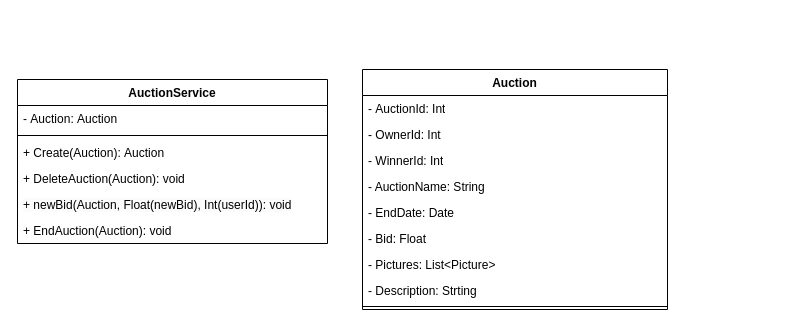
The draw.io diagram doc/class-diagrams/auction-service.drawio in lucariebel/online-shop, before the edit. Source tidied: cells renumbered, new cells numbered last; positions are measured from the earlier drawing's top-left corner, leaving out a move shared by most shapes. Both pictures are drawn from the tidied source at 100%, with x=0, y=0 at pixel (17, 69).
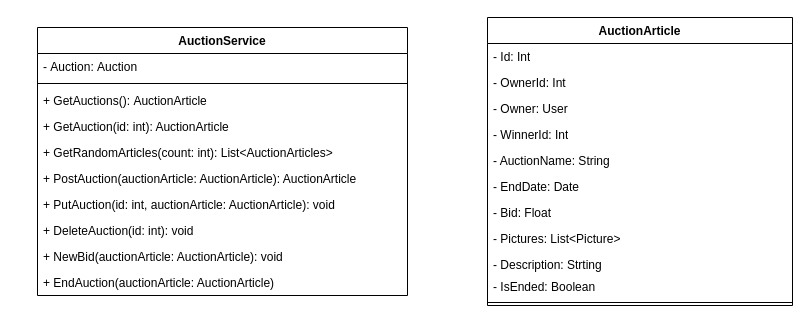
The same page after the edit.

The edit, as a diff of the source:
```diff
@@
-    <mxCell id="2" value="Auction" style="swimlane;fontStyle=1;align=center;verticalAlign=top;horizontal=1;startSize=26;whiteSpace=wrap;html=1;" parent="1" vertex="1">
-      <mxGeometry x="345" width="305" height="240" as="geometry" />
+    <mxCell id="2" value="AuctionArticle" style="swimlane;fontStyle=1;align=center;verticalAlign=top;horizontal=1;startSize=26;whiteSpace=wrap;html=1;" parent="1" vertex="1">
+      <mxGeometry x="470" y="-52" width="305" height="288" as="geometry" />
     </mxCell>
-    <mxCell id="3" value="-&amp;nbsp;&lt;span style=&quot;text-align: center;&quot;&gt;Auction&lt;/span&gt;Id: Int" style="text;strokeColor=none;fillColor=none;align=left;verticalAlign=top;spacingLeft=4;spacingRight=4;overflow=hidden;whiteSpace=wrap;html=1;" parent="2" vertex="1">
+    <mxCell id="3" value="- Id: Int" style="text;strokeColor=none;fillColor=none;align=left;verticalAlign=top;spacingLeft=4;spacingRight=4;overflow=hidden;whiteSpace=wrap;html=1;" parent="2" vertex="1">
       <mxGeometry y="26" width="305" height="26" as="geometry" />
     </mxCell>
@@
+    <mxCell id="19" value="- Owner: User" style="text;strokeColor=none;fillColor=none;align=left;verticalAlign=top;spacingLeft=4;spacingRight=4;overflow=hidden;whiteSpace=wrap;html=1;" parent="2" vertex="1">
+      <mxGeometry y="78" width="305" height="26" as="geometry" />
+    </mxCell>
     <mxCell id="5" value="&lt;div style=&quot;text-align: center;&quot;&gt;&lt;span style=&quot;background-color: initial;&quot;&gt;- WinnerId&lt;/span&gt;&lt;span style=&quot;background-color: initial;&quot;&gt;: Int&lt;/span&gt;&lt;/div&gt;" style="text;strokeColor=none;fillColor=none;align=left;verticalAlign=top;spacingLeft=4;spacingRight=4;overflow=hidden;whiteSpace=wrap;html=1;" parent="2" vertex="1">
-      <mxGeometry y="78" width="305" height="26" as="geometry" />
+      <mxGeometry y="104" width="305" height="26" as="geometry" />
     </mxCell>
     <mxCell id="6" value="- AuctionName: String" style="text;strokeColor=none;fillColor=none;align=left;verticalAlign=top;spacingLeft=4;spacingRight=4;overflow=hidden;whiteSpace=wrap;html=1;" parent="2" vertex="1">
-      <mxGeometry y="104" width="305" height="26" as="geometry" />
+      <mxGeometry y="130" width="305" height="26" as="geometry" />
     </mxCell>
     <mxCell id="7" value="- EndDate: Date" style="text;strokeColor=none;fillColor=none;align=left;verticalAlign=top;spacingLeft=4;spacingRight=4;overflow=hidden;whiteSpace=wrap;html=1;" parent="2" vertex="1">
-      <mxGeometry y="130" width="305" height="26" as="geometry" />
+      <mxGeometry y="156" width="305" height="26" as="geometry" />
     </mxCell>
     <mxCell id="8" value="- Bid: Float" style="text;strokeColor=none;fillColor=none;align=left;verticalAlign=top;spacingLeft=4;spacingRight=4;overflow=hidden;whiteSpace=wrap;html=1;" parent="2" vertex="1">
-      <mxGeometry y="156" width="305" height="26" as="geometry" />
+      <mxGeometry y="182" width="305" height="26" as="geometry" />
     </mxCell>
     <mxCell id="9" value="- Pictures: List&amp;lt;Picture&amp;gt;" style="text;strokeColor=none;fillColor=none;align=left;verticalAlign=top;spacingLeft=4;spacingRight=4;overflow=hidden;whiteSpace=wrap;html=1;" parent="2" vertex="1">
-      <mxGeometry y="182" width="305" height="26" as="geometry" />
+      <mxGeometry y="208" width="305" height="26" as="geometry" />
     </mxCell>
     <mxCell id="10" value="- Description: Strting" style="text;strokeColor=none;fillColor=none;align=left;verticalAlign=top;spacingLeft=4;spacingRight=4;overflow=hidden;whiteSpace=wrap;html=1;" parent="2" vertex="1">
-      <mxGeometry y="208" width="305" height="26" as="geometry" />
+      <mxGeometry y="234" width="305" height="22" as="geometry" />
     </mxCell>
+    <mxCell id="20" value="- IsEnded: Boolean" style="text;strokeColor=none;fillColor=none;align=left;verticalAlign=top;spacingLeft=4;spacingRight=4;overflow=hidden;whiteSpace=wrap;html=1;" parent="2" vertex="1">
+      <mxGeometry y="256" width="305" height="26" as="geometry" />
+    </mxCell>
     <mxCell id="11" style="line;strokeWidth=1;fillColor=none;align=left;verticalAlign=middle;spacingTop=-1;spacingLeft=3;spacingRight=3;labelPosition=right;strokeColor=inherit;" parent="2" vertex="1">
-      <mxGeometry y="234" width="305" height="6" as="geometry" />
+      <mxGeometry y="282" width="305" height="6" as="geometry" />
     </mxCell>
     <mxCell id="12" value="&lt;span style=&quot;white-space: nowrap;&quot;&gt;AuctionService&lt;/span&gt;" style="swimlane;fontStyle=1;align=center;verticalAlign=top;horizontal=1;startSize=26;whiteSpace=wrap;html=1;" parent="1" vertex="1">
-      <mxGeometry y="10" width="310" height="164" as="geometry" />
+      <mxGeometry x="20" y="-42" width="370" height="268" as="geometry" />
     </mxCell>
     <mxCell id="13" value="&lt;span style=&quot;white-space: nowrap;&quot;&gt;-&amp;nbsp;&lt;/span&gt;&lt;span style=&quot;text-align: center;&quot;&gt;Auction&lt;/span&gt;&lt;span style=&quot;white-space: nowrap;&quot;&gt;:&amp;nbsp;&lt;/span&gt;&lt;span style=&quot;text-align: center;&quot;&gt;Auction&lt;/span&gt;" style="text;strokeColor=none;fillColor=none;align=left;verticalAlign=top;spacingLeft=4;spacingRight=4;overflow=hidden;whiteSpace=wrap;html=1;" parent="12" vertex="1">
-      <mxGeometry y="26" width="310" height="26" as="geometry" />
+      <mxGeometry y="26" width="370" height="26" as="geometry" />
     </mxCell>
     <mxCell id="14" style="line;strokeWidth=1;fillColor=none;align=left;verticalAlign=middle;spacingTop=-1;spacingLeft=3;spacingRight=3;labelPosition=right;strokeColor=inherit;" parent="12" vertex="1">
-      <mxGeometry y="52" width="310" height="8" as="geometry" />
+      <mxGeometry y="52" width="370" height="8" as="geometry" />
     </mxCell>
-    <mxCell id="15" value="&lt;span style=&quot;white-space: nowrap;&quot;&gt;+ Create(&lt;/span&gt;&lt;span style=&quot;text-align: center;&quot;&gt;Auction&lt;/span&gt;&lt;span style=&quot;white-space: nowrap;&quot;&gt;):&amp;nbsp;&lt;/span&gt;&lt;span style=&quot;text-align: center;&quot;&gt;Auction&lt;/span&gt;" style="text;strokeColor=none;fillColor=none;align=left;verticalAlign=top;spacingLeft=4;spacingRight=4;overflow=hidden;whiteSpace=wrap;html=1;" parent="12" vertex="1">
-      <mxGeometry y="60" width="310" height="26" as="geometry" />
+    <mxCell id="15" value="&lt;span style=&quot;white-space: nowrap;&quot;&gt;+ GetAuctions(&lt;/span&gt;&lt;span style=&quot;white-space: nowrap;&quot;&gt;):&amp;nbsp;&lt;/span&gt;&lt;span style=&quot;text-align: center;&quot;&gt;AuctionArticle&lt;/span&gt;&lt;div&gt;&lt;span style=&quot;text-align: center;&quot;&gt;&lt;br&gt;&lt;/span&gt;&lt;/div&gt;" style="text;strokeColor=none;fillColor=none;align=left;verticalAlign=top;spacingLeft=4;spacingRight=4;overflow=hidden;whiteSpace=wrap;html=1;" parent="12" vertex="1">
+      <mxGeometry y="60" width="370" height="26" as="geometry" />
     </mxCell>
-    <mxCell id="16" value="&lt;span style=&quot;white-space: nowrap;&quot;&gt;+ Delete&lt;/span&gt;&lt;span style=&quot;text-align: center;&quot;&gt;Auction&lt;/span&gt;&lt;span style=&quot;white-space: nowrap;&quot;&gt;(&lt;/span&gt;&lt;span style=&quot;text-align: center;&quot;&gt;Auction&lt;/span&gt;&lt;span style=&quot;white-space: nowrap;&quot;&gt;): void&lt;/span&gt;" style="text;strokeColor=none;fillColor=none;align=left;verticalAlign=top;spacingLeft=4;spacingRight=4;overflow=hidden;whiteSpace=wrap;html=1;" parent="12" vertex="1">
-      <mxGeometry y="86" width="310" height="26" as="geometry" />
+    <mxCell id="16" value="&lt;span style=&quot;text-wrap-mode: nowrap;&quot;&gt;+ GetAuction(id: int): AuctionArticle&lt;/span&gt;" style="text;strokeColor=none;fillColor=none;align=left;verticalAlign=top;spacingLeft=4;spacingRight=4;overflow=hidden;whiteSpace=wrap;html=1;" parent="12" vertex="1">
+      <mxGeometry y="86" width="370" height="26" as="geometry" />
     </mxCell>
-    <mxCell id="17" value="&lt;span style=&quot;color: rgb(0, 0, 0); font-family: Helvetica; font-size: 12px; font-style: normal; font-variant-ligatures: normal; font-variant-caps: normal; font-weight: 400; letter-spacing: normal; orphans: 2; text-align: left; text-indent: 0px; text-transform: none; widows: 2; word-spacing: 0px; -webkit-text-stroke-width: 0px; white-space: normal; background-color: rgb(251, 251, 251); text-decoration-thickness: initial; text-decoration-style: initial; text-decoration-color: initial; display: inline !important; float: none;&quot;&gt;+ newBid(Auction, Float(newBid), Int(userId)): void&lt;/span&gt;&lt;div&gt;&lt;br&gt;&lt;/div&gt;" style="text;strokeColor=none;fillColor=none;align=left;verticalAlign=top;spacingLeft=4;spacingRight=4;overflow=hidden;whiteSpace=wrap;html=1;" parent="12" vertex="1">
-      <mxGeometry y="112" width="310" height="26" as="geometry" />
+    <mxCell id="17" value="+ GetRandomArticles(count: int): List&amp;lt;AuctionArticles&amp;gt;" style="text;strokeColor=none;fillColor=none;align=left;verticalAlign=top;spacingLeft=4;spacingRight=4;overflow=hidden;whiteSpace=wrap;html=1;" parent="12" vertex="1">
+      <mxGeometry y="112" width="370" height="26" as="geometry" />
     </mxCell>
-    <mxCell id="18" value="+ EndAuction(Auction): void" style="text;strokeColor=none;fillColor=none;align=left;verticalAlign=top;spacingLeft=4;spacingRight=4;overflow=hidden;whiteSpace=wrap;html=1;" parent="12" vertex="1">
-      <mxGeometry y="138" width="310" height="26" as="geometry" />
+    <mxCell id="18" value="+ PostAuction(auctionArticle: A&lt;span style=&quot;color: rgb(0, 0, 0);&quot;&gt;uctionArticle&lt;/span&gt;): A&lt;span style=&quot;color: rgb(0, 0, 0);&quot;&gt;uctionArticle&lt;/span&gt;" style="text;strokeColor=none;fillColor=none;align=left;verticalAlign=top;spacingLeft=4;spacingRight=4;overflow=hidden;whiteSpace=wrap;html=1;" parent="12" vertex="1">
+      <mxGeometry y="138" width="370" height="26" as="geometry" />
     </mxCell>
+    <mxCell id="21" value="+ PutAuction(id: int,&amp;nbsp;&lt;span style=&quot;color: rgb(0, 0, 0);&quot;&gt;auctionArticle: A&lt;/span&gt;&lt;span style=&quot;color: rgb(0, 0, 0);&quot;&gt;uctionArticle&lt;/span&gt;): void" style="text;strokeColor=none;fillColor=none;align=left;verticalAlign=top;spacingLeft=4;spacingRight=4;overflow=hidden;whiteSpace=wrap;html=1;" parent="12" vertex="1">
+      <mxGeometry y="164" width="370" height="26" as="geometry" />
+    </mxCell>
+    <mxCell id="22" value="+ DeleteAuction(id: int): void" style="text;strokeColor=none;fillColor=none;align=left;verticalAlign=top;spacingLeft=4;spacingRight=4;overflow=hidden;whiteSpace=wrap;html=1;" parent="12" vertex="1">
+      <mxGeometry y="190" width="370" height="26" as="geometry" />
+    </mxCell>
+    <mxCell id="23" value="+ NewBid(auctionArticle: AuctionArticle): void" style="text;strokeColor=none;fillColor=none;align=left;verticalAlign=top;spacingLeft=4;spacingRight=4;overflow=hidden;whiteSpace=wrap;html=1;" parent="12" vertex="1">
+      <mxGeometry y="216" width="370" height="26" as="geometry" />
+    </mxCell>
+    <mxCell id="24" value="+ EndAuction(auctionArticle: AuctionArticle)" style="text;strokeColor=none;fillColor=none;align=left;verticalAlign=top;spacingLeft=4;spacingRight=4;overflow=hidden;whiteSpace=wrap;html=1;" parent="12" vertex="1">
+      <mxGeometry y="242" width="370" height="26" as="geometry" />
+    </mxCell>
```
